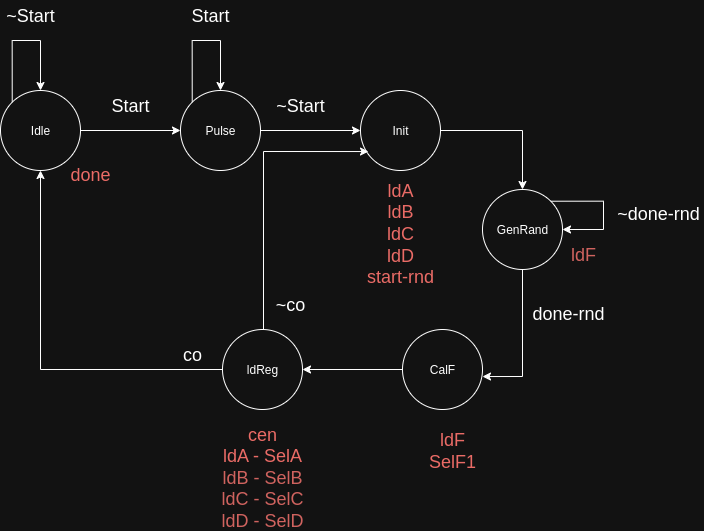
Before: CA1/Part2/Design/controller_part2.png, a diagram exported from draw.io (imSaDy/CAD). Source tidied: cells renumbered, new cells last; positions are measured from the earlier drawing's top-left corner, leaving out a move shared by most shapes.
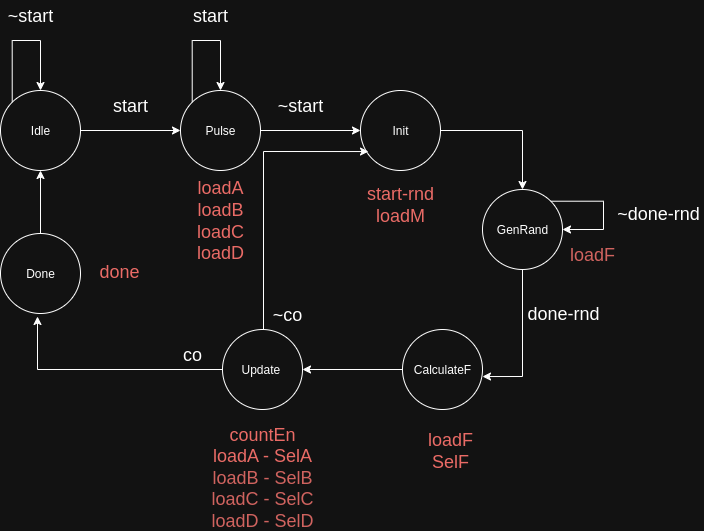
The same file after the commit.

Commit message:
Debug part2 (CA1)

The edit, as a diff of the source:
```diff
@@ -23,7 +23,7 @@
     <mxCell id="8" style="edgeStyle=orthogonalEdgeStyle;rounded=0;jettySize=auto;html=1;entryX=1;entryY=0.5;entryDx=0;entryDy=0;" parent="1" edge="1" source="9" target="13">
       <mxGeometry relative="1" as="geometry" />
     </mxCell>
-    <mxCell id="9" value="CalF" style="ellipse;whiteSpace=wrap;html=1;" parent="1" vertex="1">
+    <mxCell id="9" value="CalculateF" style="ellipse;whiteSpace=wrap;html=1;" parent="1" vertex="1">
       <mxGeometry x="402" y="329" width="80" height="80" as="geometry" />
     </mxCell>
     <mxCell id="10" style="edgeStyle=orthogonalEdgeStyle;rounded=0;jettySize=auto;html=1;entryX=1;entryY=0.588;entryDx=0;entryDy=0;entryPerimeter=0;exitX=0.5;exitY=1;exitDx=0;exitDy=0;" parent="1" edge="1" source="11" target="9">
@@ -32,17 +32,19 @@
     <mxCell id="11" value="GenRand" style="ellipse;whiteSpace=wrap;html=1;" parent="1" vertex="1">
       <mxGeometry x="482" y="189" width="80" height="80" as="geometry" />
     </mxCell>
-    <mxCell id="12" style="edgeStyle=orthogonalEdgeStyle;rounded=0;jettySize=auto;html=1;entryX=0.5;entryY=1;entryDx=0;entryDy=0;" parent="1" edge="1" source="13" target="3">
-      <mxGeometry relative="1" as="geometry" />
+    <mxCell id="12" style="edgeStyle=orthogonalEdgeStyle;rounded=0;jettySize=auto;html=1;" parent="1" edge="1" source="13">
+      <mxGeometry relative="1" as="geometry">
+        <mxPoint x="37" y="316" as="targetPoint" />
+      </mxGeometry>
     </mxCell>
-    <mxCell id="13" value="ldReg" style="ellipse;whiteSpace=wrap;html=1;" parent="1" vertex="1">
+    <mxCell id="13" value="Update&amp;nbsp;" style="ellipse;whiteSpace=wrap;html=1;" parent="1" vertex="1">
       <mxGeometry x="222" y="329" width="80" height="80" as="geometry" />
     </mxCell>
-    <mxCell id="14" value="&lt;font style=&quot;font-size: 18px;&quot;&gt;Start&lt;/font&gt;" style="text;html=1;align=center;verticalAlign=middle;whiteSpace=wrap;rounded=0;" parent="1" vertex="1">
+    <mxCell id="14" value="&lt;font style=&quot;font-size: 18px;&quot;&gt;start&lt;/font&gt;" style="text;html=1;align=center;verticalAlign=middle;whiteSpace=wrap;rounded=0;" parent="1" vertex="1">
       <mxGeometry x="100" y="90" width="60" height="30" as="geometry" />
     </mxCell>
     <mxCell id="15" value="&lt;font style=&quot;font-size: 18px; color: light-dark(rgb(0, 0, 0), rgb(234, 107, 102));&quot;&gt;done&lt;/font&gt;" style="text;html=1;align=center;verticalAlign=middle;whiteSpace=wrap;rounded=0;" parent="1" vertex="1">
-      <mxGeometry x="60" y="159" width="60" height="30" as="geometry" />
+      <mxGeometry x="89" y="256" width="60" height="30" as="geometry" />
     </mxCell>
     <mxCell id="16" style="edgeStyle=orthogonalEdgeStyle;rounded=0;orthogonalLoop=1;jettySize=auto;html=1;exitX=0;exitY=0;exitDx=0;exitDy=0;entryX=0.5;entryY=0;entryDx=0;entryDy=0;" parent="1" edge="1" source="3" target="3">
       <mxGeometry relative="1" as="geometry">
@@ -52,7 +54,7 @@
         </Array>
       </mxGeometry>
     </mxCell>
-    <mxCell id="17" value="&lt;font style=&quot;font-size: 18px;&quot;&gt;~Start&lt;/font&gt;" style="text;html=1;align=center;verticalAlign=middle;whiteSpace=wrap;rounded=0;" parent="1" vertex="1">
+    <mxCell id="17" value="&lt;font style=&quot;font-size: 18px;&quot;&gt;~start&lt;/font&gt;" style="text;html=1;align=center;verticalAlign=middle;whiteSpace=wrap;rounded=0;" parent="1" vertex="1">
       <mxGeometry x="270" y="90" width="60" height="30" as="geometry" />
     </mxCell>
     <mxCell id="18" style="edgeStyle=orthogonalEdgeStyle;rounded=0;orthogonalLoop=1;jettySize=auto;html=1;exitX=0;exitY=0;exitDx=0;exitDy=0;entryX=0.5;entryY=0;entryDx=0;entryDy=0;" parent="1" edge="1" source="5" target="5">
@@ -63,34 +65,34 @@
         </Array>
       </mxGeometry>
     </mxCell>
-    <mxCell id="19" value="&lt;font style=&quot;font-size: 18px;&quot;&gt;Start&lt;/font&gt;" style="text;html=1;align=center;verticalAlign=middle;whiteSpace=wrap;rounded=0;" parent="1" vertex="1">
+    <mxCell id="19" value="&lt;font style=&quot;font-size: 18px;&quot;&gt;start&lt;/font&gt;" style="text;html=1;align=center;verticalAlign=middle;whiteSpace=wrap;rounded=0;" parent="1" vertex="1">
       <mxGeometry x="180" width="60" height="30" as="geometry" />
     </mxCell>
-    <mxCell id="20" value="&lt;font style=&quot;font-size: 18px;&quot;&gt;~Start&lt;/font&gt;" style="text;html=1;align=center;verticalAlign=middle;whiteSpace=wrap;rounded=0;" parent="1" vertex="1">
+    <mxCell id="20" value="&lt;font style=&quot;font-size: 18px;&quot;&gt;~start&lt;/font&gt;" style="text;html=1;align=center;verticalAlign=middle;whiteSpace=wrap;rounded=0;" parent="1" vertex="1">
       <mxGeometry width="60" height="30" as="geometry" />
     </mxCell>
-    <mxCell id="21" value="&lt;font style=&quot;font-size: 18px; color: light-dark(rgb(0, 0, 0), rgb(234, 107, 102));&quot;&gt;ldA&lt;/font&gt;&lt;div&gt;&lt;font style=&quot;font-size: 18px; color: light-dark(rgb(0, 0, 0), rgb(234, 107, 102));&quot;&gt;ldB&lt;/font&gt;&lt;/div&gt;&lt;div&gt;&lt;font style=&quot;font-size: 18px; color: light-dark(rgb(0, 0, 0), rgb(234, 107, 102));&quot;&gt;ldC&lt;/font&gt;&lt;/div&gt;&lt;div&gt;&lt;font style=&quot;font-size: 18px; color: light-dark(rgb(0, 0, 0), rgb(234, 107, 102));&quot;&gt;ldD&lt;/font&gt;&lt;/div&gt;&lt;div&gt;&lt;font style=&quot;font-size: 18px; color: light-dark(rgb(0, 0, 0), rgb(234, 107, 102));&quot;&gt;start-rnd&lt;/font&gt;&lt;/div&gt;&lt;div&gt;&lt;font style=&quot;font-size: 18px; color: light-dark(rgb(0, 0, 0), rgb(234, 107, 102));&quot;&gt;&lt;br&gt;&lt;/font&gt;&lt;/div&gt;" style="text;html=1;align=center;verticalAlign=middle;whiteSpace=wrap;rounded=0;" parent="1" vertex="1">
-      <mxGeometry x="344" y="229" width="112" height="30" as="geometry" />
+    <mxCell id="21" value="&lt;br&gt;&lt;div&gt;&lt;font style=&quot;font-size: 18px; color: light-dark(rgb(0, 0, 0), rgb(234, 107, 102));&quot;&gt;start-rnd&lt;/font&gt;&lt;/div&gt;&lt;div&gt;&lt;font style=&quot;font-size: 18px; color: light-dark(rgb(0, 0, 0), rgb(234, 107, 102));&quot;&gt;loadM&lt;/font&gt;&lt;/div&gt;&lt;div&gt;&lt;br&gt;&lt;/div&gt;" style="text;html=1;align=center;verticalAlign=middle;whiteSpace=wrap;rounded=0;" parent="1" vertex="1">
+      <mxGeometry x="344" y="189" width="112" height="30" as="geometry" />
     </mxCell>
-    <mxCell id="22" value="&lt;font color=&quot;#ea6b66&quot;&gt;&lt;span style=&quot;font-size: 18px;&quot;&gt;ldF&lt;/span&gt;&lt;/font&gt;" style="text;html=1;align=center;verticalAlign=middle;whiteSpace=wrap;rounded=0;" parent="1" vertex="1">
-      <mxGeometry x="553" y="239" width="60" height="30" as="geometry" />
+    <mxCell id="22" value="&lt;font color=&quot;#ea6b66&quot;&gt;&lt;span style=&quot;font-size: 18px;&quot;&gt;loadF&lt;/span&gt;&lt;/font&gt;" style="text;html=1;align=center;verticalAlign=middle;whiteSpace=wrap;rounded=0;" parent="1" vertex="1">
+      <mxGeometry x="562" y="239" width="60" height="30" as="geometry" />
     </mxCell>
     <mxCell id="23" value="&lt;font style=&quot;font-size: 18px;&quot;&gt;done-rnd&lt;/font&gt;&lt;div&gt;&lt;font style=&quot;font-size: 18px;&quot;&gt;&lt;br&gt;&lt;/font&gt;&lt;/div&gt;" style="text;html=1;align=center;verticalAlign=middle;whiteSpace=wrap;rounded=0;" parent="1" vertex="1">
-      <mxGeometry x="523" y="309" width="90" height="30" as="geometry" />
+      <mxGeometry x="518" y="309" width="90" height="30" as="geometry" />
     </mxCell>
     <mxCell id="24" value="&lt;span style=&quot;font-size: 18px;&quot;&gt;co&lt;/span&gt;" style="text;html=1;align=center;verticalAlign=middle;whiteSpace=wrap;rounded=0;" parent="1" vertex="1">
       <mxGeometry x="162" y="339" width="60" height="30" as="geometry" />
     </mxCell>
     <mxCell id="25" value="&lt;span style=&quot;font-size: 18px;&quot;&gt;~co&lt;/span&gt;" style="text;html=1;align=center;verticalAlign=middle;whiteSpace=wrap;rounded=0;" parent="1" vertex="1">
-      <mxGeometry x="260" y="289" width="60" height="30" as="geometry" />
+      <mxGeometry x="257" y="299" width="60" height="30" as="geometry" />
     </mxCell>
     <mxCell id="26" value="&lt;font style=&quot;font-size: 18px;&quot;&gt;~done-rnd&lt;/font&gt;&lt;div&gt;&lt;font style=&quot;font-size: 18px;&quot;&gt;&lt;br&gt;&lt;/font&gt;&lt;/div&gt;" style="text;html=1;align=center;verticalAlign=middle;whiteSpace=wrap;rounded=0;" parent="1" vertex="1">
       <mxGeometry x="613" y="209" width="90" height="30" as="geometry" />
     </mxCell>
-    <mxCell id="27" value="&lt;font style=&quot;color: light-dark(rgb(0, 0, 0), rgb(234, 107, 102));&quot;&gt;&lt;span style=&quot;font-size: 18px;&quot;&gt;ldF&lt;/span&gt;&lt;/font&gt;&lt;div&gt;&lt;font style=&quot;color: light-dark(rgb(0, 0, 0), rgb(234, 107, 102));&quot;&gt;&lt;span style=&quot;font-size: 18px;&quot;&gt;SelF1&lt;/span&gt;&lt;/font&gt;&lt;/div&gt;" style="text;html=1;align=center;verticalAlign=middle;whiteSpace=wrap;rounded=0;" parent="1" vertex="1">
-      <mxGeometry x="422" y="422" width="60" height="55" as="geometry" />
+    <mxCell id="27" value="&lt;font style=&quot;color: light-dark(rgb(0, 0, 0), rgb(234, 107, 102));&quot;&gt;&lt;span style=&quot;font-size: 18px;&quot;&gt;loadF&lt;/span&gt;&lt;/font&gt;&lt;div&gt;&lt;font style=&quot;color: light-dark(rgb(0, 0, 0), rgb(234, 107, 102));&quot;&gt;&lt;span style=&quot;font-size: 18px;&quot;&gt;SelF&lt;/span&gt;&lt;/font&gt;&lt;/div&gt;" style="text;html=1;align=center;verticalAlign=middle;whiteSpace=wrap;rounded=0;" parent="1" vertex="1">
+      <mxGeometry x="420" y="422" width="60" height="55" as="geometry" />
     </mxCell>
-    <mxCell id="28" value="&lt;div&gt;&lt;font style=&quot;color: light-dark(rgb(0, 0, 0), rgb(234, 107, 102));&quot;&gt;&lt;span style=&quot;font-size: 18px;&quot;&gt;cen&lt;/span&gt;&lt;/font&gt;&lt;/div&gt;&lt;font style=&quot;color: light-dark(rgb(0, 0, 0), rgb(234, 107, 102));&quot;&gt;&lt;span style=&quot;font-size: 18px;&quot;&gt;ldA - SelA&lt;/span&gt;&lt;/font&gt;&lt;div&gt;&lt;font color=&quot;#ea6b66&quot;&gt;&lt;span style=&quot;font-size: 18px;&quot;&gt;ldB - SelB&lt;/span&gt;&lt;/font&gt;&lt;/div&gt;&lt;div&gt;&lt;span style=&quot;color: rgb(234, 107, 102); font-size: 18px;&quot;&gt;ldC - SelC&lt;/span&gt;&lt;/div&gt;&lt;div&gt;&lt;span style=&quot;color: rgb(234, 107, 102); font-size: 18px;&quot;&gt;ldD - SelD&lt;/span&gt;&lt;span style=&quot;color: rgb(234, 107, 102); font-size: 18px;&quot;&gt;&lt;br&gt;&lt;/span&gt;&lt;/div&gt;" style="text;html=1;align=center;verticalAlign=middle;whiteSpace=wrap;rounded=0;" parent="1" vertex="1">
+    <mxCell id="28" value="&lt;div&gt;&lt;span style=&quot;font-size: 18px;&quot;&gt;&lt;font style=&quot;color: light-dark(rgb(0, 0, 0), rgb(234, 107, 102));&quot;&gt;countEn&lt;/font&gt;&lt;/span&gt;&lt;/div&gt;&lt;font style=&quot;color: light-dark(rgb(0, 0, 0), rgb(234, 107, 102));&quot;&gt;&lt;span style=&quot;font-size: 18px;&quot;&gt;loadA - SelA&lt;/span&gt;&lt;/font&gt;&lt;div&gt;&lt;font color=&quot;#ea6b66&quot;&gt;&lt;span style=&quot;font-size: 18px;&quot;&gt;loadB - SelB&lt;/span&gt;&lt;/font&gt;&lt;/div&gt;&lt;div&gt;&lt;span style=&quot;color: rgb(234, 107, 102); font-size: 18px;&quot;&gt;loadC - SelC&lt;/span&gt;&lt;/div&gt;&lt;div&gt;&lt;span style=&quot;color: rgb(234, 107, 102); font-size: 18px;&quot;&gt;loadD - SelD&lt;/span&gt;&lt;span style=&quot;color: rgb(234, 107, 102); font-size: 18px;&quot;&gt;&lt;br&gt;&lt;/span&gt;&lt;/div&gt;" style="text;html=1;align=center;verticalAlign=middle;whiteSpace=wrap;rounded=0;" parent="1" vertex="1">
       <mxGeometry x="197" y="449" width="130" height="55" as="geometry" />
     </mxCell>
     <mxCell id="29" style="edgeStyle=orthogonalEdgeStyle;rounded=0;jettySize=auto;html=1;entryX=0.1;entryY=0.763;entryDx=0;entryDy=0;entryPerimeter=0;" parent="1" edge="1" source="13" target="7">
@@ -108,5 +110,14 @@
         </Array>
       </mxGeometry>
     </mxCell>
+    <mxCell id="31" style="edgeStyle=orthogonalEdgeStyle;rounded=0;jettySize=auto;html=1;" parent="1" edge="1" source="32" target="3">
+      <mxGeometry relative="1" as="geometry" />
+    </mxCell>
+    <mxCell id="32" value="Done" style="ellipse;whiteSpace=wrap;html=1;" parent="1" vertex="1">
+      <mxGeometry y="233" width="80" height="80" as="geometry" />
+    </mxCell>
+    <mxCell id="33" value="&lt;font style=&quot;font-size: 18px; color: light-dark(rgb(0, 0, 0), rgb(234, 107, 102));&quot;&gt;loadA&lt;/font&gt;&lt;div&gt;&lt;font style=&quot;font-size: 18px; color: light-dark(rgb(0, 0, 0), rgb(234, 107, 102));&quot;&gt;loadB&lt;/font&gt;&lt;/div&gt;&lt;div&gt;&lt;font style=&quot;font-size: 18px; color: light-dark(rgb(0, 0, 0), rgb(234, 107, 102));&quot;&gt;loadC&lt;/font&gt;&lt;/div&gt;&lt;div&gt;&lt;font style=&quot;font-size: 18px; color: light-dark(rgb(0, 0, 0), rgb(234, 107, 102));&quot;&gt;loadD&lt;/font&gt;&lt;/div&gt;" style="text;html=1;align=center;verticalAlign=middle;whiteSpace=wrap;rounded=0;" parent="1" vertex="1">
+      <mxGeometry x="190" y="205" width="60" height="30" as="geometry" />
+    </mxCell>
   </root>
 </mxGraphModel>
```
